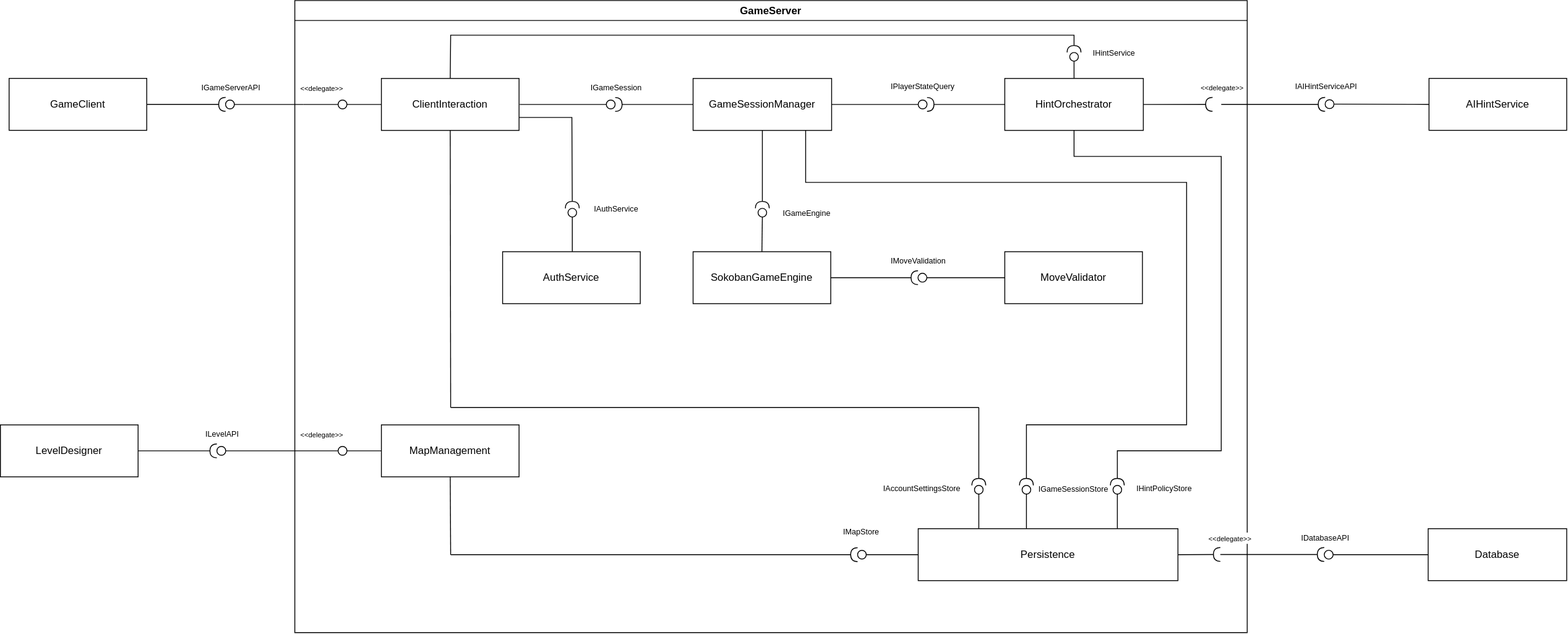
The draw.io diagram doc/_static/component_diagram_game_server.svg in feegeer/swa-sokoban, before a commit. Source tidied: cells renumbered, new cells last; positions are measured from the earlier drawing's top-left corner, leaving out a move shared by most shapes.
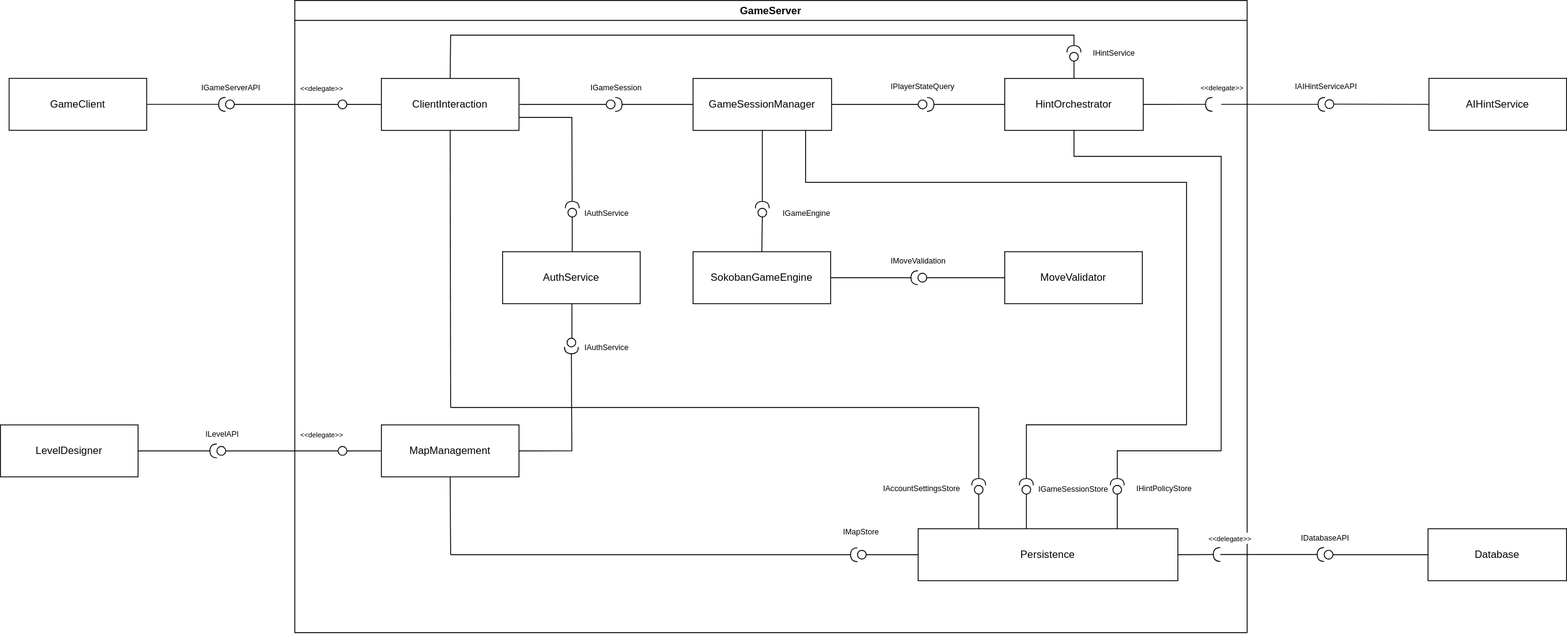
The same file after the commit.

Commit message:
finished chapter 7; chapter 5 hotfix: updated diagram (#16)

The edit, as a diff of the source:
```diff
@@ -174,7 +174,7 @@
       </mxGeometry>
     </mxCell>
     <mxCell id="51" value="IAuthService" style="edgeLabel;html=1;align=center;verticalAlign=middle;fontSize=9;" parent="2" vertex="1">
-      <mxGeometry x="370" y="240" as="geometry" />
+      <mxGeometry x="359.8" y="245" as="geometry" />
     </mxCell>
     <mxCell id="52" style="ellipse;whiteSpace=wrap;html=1;" parent="2" vertex="1">
       <mxGeometry x="359.8" y="114.9" width="10.2" height="10.2" as="geometry" />
@@ -248,6 +248,25 @@
         </Array>
       </mxGeometry>
     </mxCell>
+    <mxCell id="90" style="edgeStyle=none;curved=1;rounded=0;orthogonalLoop=1;jettySize=auto;html=1;fontSize=12;startSize=8;endSize=8;endArrow=none;endFill=0;entryX=0.5;entryY=1;entryDx=0;entryDy=0;exitX=0.5;exitY=0;exitDx=0;exitDy=0;" parent="2" edge="1">
+      <mxGeometry relative="1" as="geometry">
+        <mxPoint x="320.1" y="390.1" as="sourcePoint" />
+        <mxPoint x="320.1" y="350.1" as="targetPoint" />
+      </mxGeometry>
+    </mxCell>
+    <mxCell id="91" style="ellipse;whiteSpace=wrap;html=1;" parent="2" vertex="1">
+      <mxGeometry x="314.5" y="390" width="10" height="10" as="geometry" />
+    </mxCell>
+    <mxCell id="92" style="rounded=0;jettySize=auto;html=1;endArrow=halfCircle;endFill=0;endSize=6;strokeWidth=1;sketch=0;fontSize=12;curved=0;exitX=1;exitY=0.5;exitDx=0;exitDy=0;entryX=0.5;entryY=1;entryDx=0;entryDy=0;" parent="2" edge="1" source="9" target="91">
+      <mxGeometry relative="1" as="geometry">
+        <Array as="points">
+          <mxPoint x="320" y="520" />
+        </Array>
+      </mxGeometry>
+    </mxCell>
+    <mxCell id="93" value="IAuthService" style="edgeLabel;html=1;align=center;verticalAlign=middle;fontSize=9;" parent="2" vertex="1">
+      <mxGeometry x="359.8" y="400" as="geometry" />
+    </mxCell>
     <mxCell id="66" style="edgeStyle=none;curved=1;rounded=0;jettySize=auto;html=1;entryX=0;entryY=0.5;entryDx=0;entryDy=0;fontSize=12;startSize=8;endSize=8;endArrow=none;endFill=0;exitX=1;exitY=0.5;exitDx=0;exitDy=0;" parent="1" edge="1" source="67">
       <mxGeometry relative="1" as="geometry">
         <mxPoint x="350" y="120" as="targetPoint" />
```
